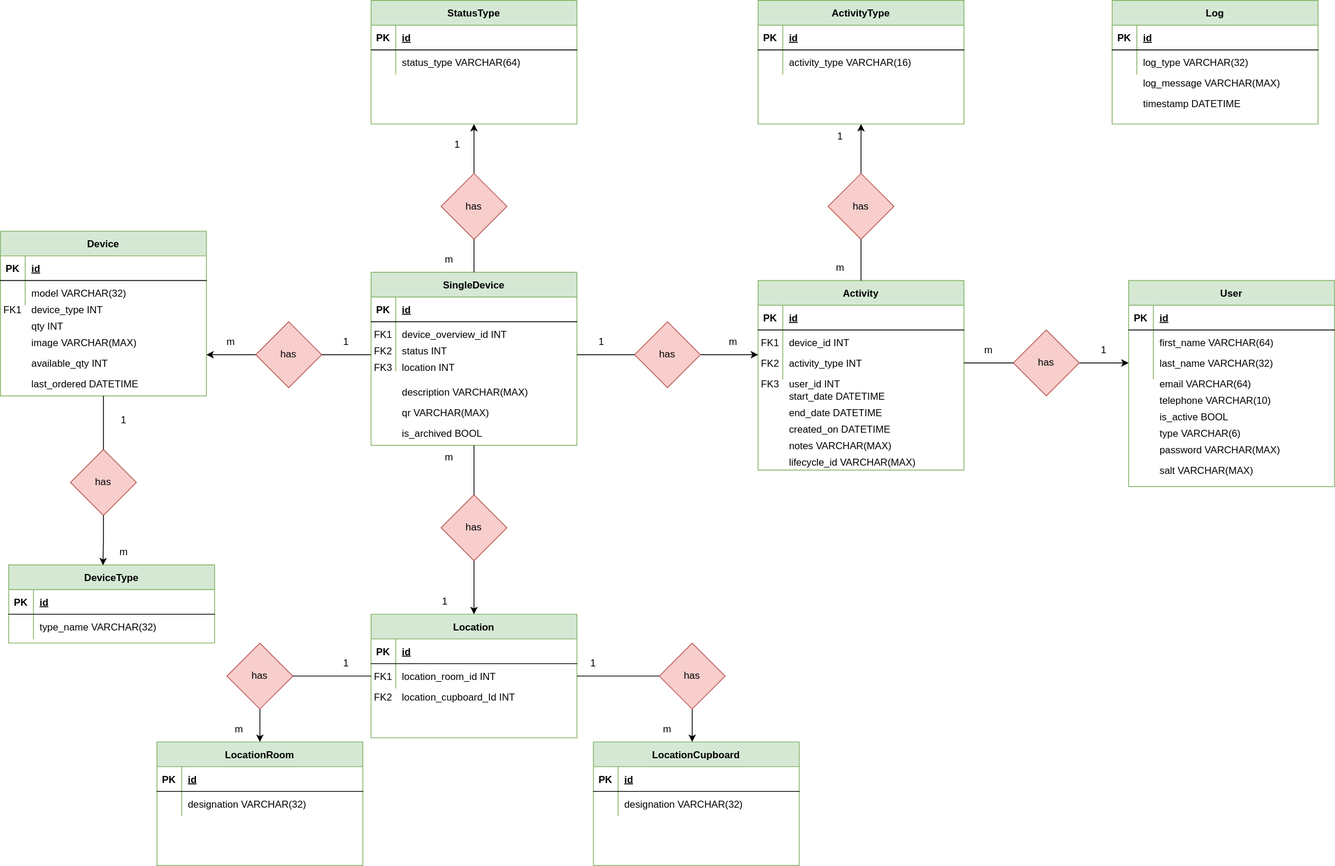
This is Lagerstyringsprojekt/lagerstyring_db_erd.drawio.svg from rgammelby/H3, a draw.io export, as it was before one commit. Source tidied: cells renumbered, new cells last; positions are measured from the earlier drawing's top-left corner, leaving out a move shared by most shapes.
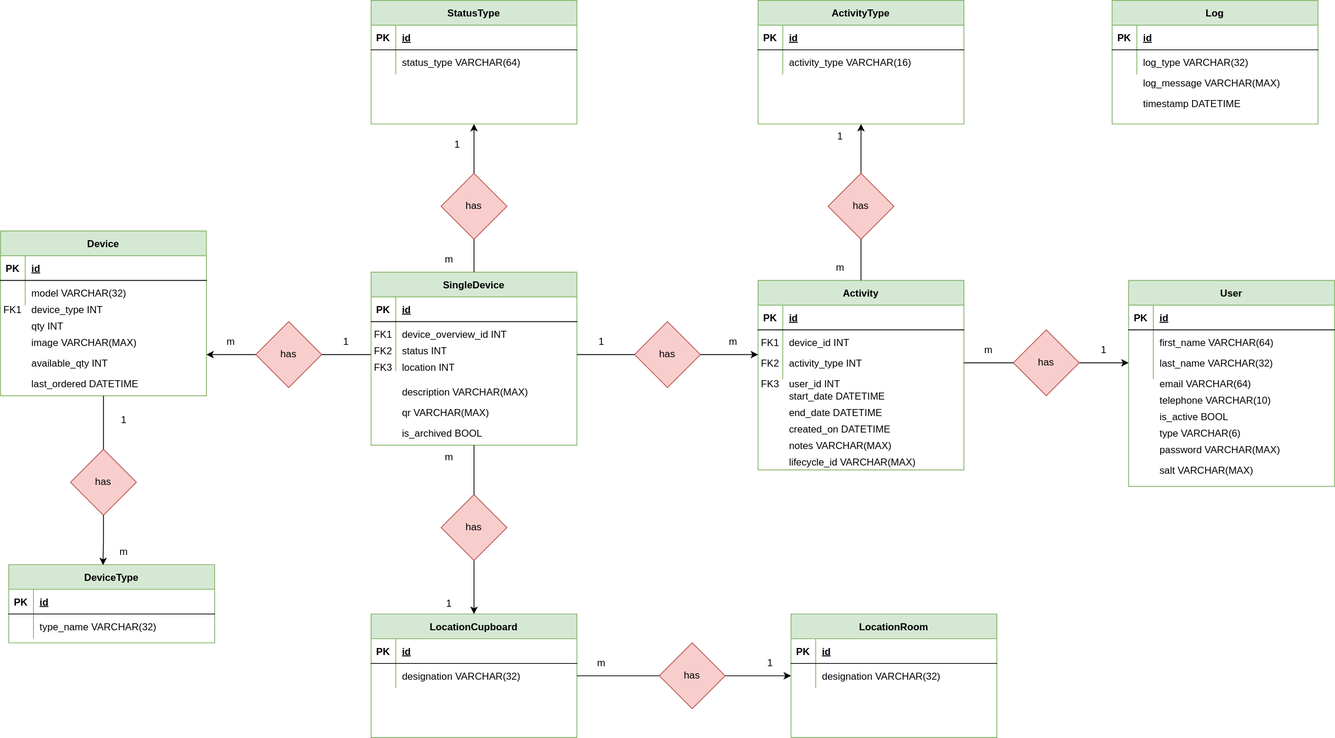
The same file after the commit.

Change to the diagram source:
```diff
@@ -227,29 +227,8 @@
     <mxCell id="76" value="type VARCHAR(6)" style="shape=partialRectangle;overflow=hidden;fillColor=none;top=0;left=0;bottom=0;right=0;align=left;spacingLeft=6;" parent="1" vertex="1">
       <mxGeometry x="1400" y="510" width="220" height="30" as="geometry" />
     </mxCell>
-    <mxCell id="77" value="Location" style="shape=table;startSize=30;rowLines=0;fontStyle=1;align=center;fillColor=#d5e8d4;strokeColor=#82b366;" parent="1" vertex="1">
-      <mxGeometry x="450" y="745" width="250" height="150" as="geometry" />
-    </mxCell>
-    <mxCell id="78" style="shape=partialRectangle;fillColor=none;top=0;left=0;right=0;bottom=1;" parent="77" vertex="1">
-      <mxGeometry y="30" width="250" height="30" as="geometry" />
-    </mxCell>
-    <mxCell id="79" value="PK" style="shape=partialRectangle;overflow=hidden;fillColor=none;top=0;left=0;bottom=0;right=0;fontStyle=1;" parent="78" vertex="1">
-      <mxGeometry width="30" height="30" as="geometry" />
-    </mxCell>
-    <mxCell id="80" value="id" style="shape=partialRectangle;overflow=hidden;fillColor=none;top=0;left=0;bottom=0;right=0;align=left;spacingLeft=6;fontStyle=5;" parent="78" vertex="1">
-      <mxGeometry x="30" width="220" height="30" as="geometry" />
-    </mxCell>
-    <mxCell id="81" style="shape=partialRectangle;fillColor=none;top=0;left=0;right=0;bottom=0;" parent="77" vertex="1">
-      <mxGeometry y="60" width="250" height="30" as="geometry" />
-    </mxCell>
-    <mxCell id="82" style="shape=partialRectangle;overflow=hidden;fillColor=none;top=0;left=0;bottom=0;right=0;" parent="81" vertex="1">
-      <mxGeometry width="30" height="30" as="geometry" />
-    </mxCell>
-    <mxCell id="83" value="location_room_id INT" style="shape=partialRectangle;overflow=hidden;fillColor=none;top=0;left=0;bottom=0;right=0;align=left;spacingLeft=6;" parent="81" vertex="1">
-      <mxGeometry x="30" width="220" height="30" as="geometry" />
-    </mxCell>
     <mxCell id="84" value="LocationCupboard" style="shape=table;startSize=30;rowLines=0;fontStyle=1;align=center;fillColor=#d5e8d4;strokeColor=#82b366;" parent="1" vertex="1">
-      <mxGeometry x="720" y="900" width="250" height="150" as="geometry" />
+      <mxGeometry x="450" y="745" width="250" height="150" as="geometry" />
     </mxCell>
     <mxCell id="85" style="shape=partialRectangle;fillColor=none;top=0;left=0;right=0;bottom=1;" parent="84" vertex="1">
       <mxGeometry y="30" width="250" height="30" as="geometry" />
@@ -327,17 +306,6 @@
     <mxCell id="106" value="has" style="rhombus;whiteSpace=wrap;html=1;fillColor=#f8cecc;strokeColor=#b85450;" parent="1" vertex="1">
       <mxGeometry x="310" y="390" width="80" height="80" as="geometry" />
     </mxCell>
-    <mxCell id="107" style="edgeStyle=orthogonalEdgeStyle;rounded=0;jettySize=auto;html=1;" parent="1" edge="1" source="108" target="84">
-      <mxGeometry relative="1" as="geometry">
-        <Array as="points">
-          <mxPoint x="840" y="880" />
-          <mxPoint x="840" y="880" />
-        </Array>
-      </mxGeometry>
-    </mxCell>
-    <mxCell id="108" value="has" style="rhombus;whiteSpace=wrap;html=1;fillColor=#f8cecc;strokeColor=#b85450;" parent="1" vertex="1">
-      <mxGeometry x="800" y="780" width="80" height="80" as="geometry" />
-    </mxCell>
     <mxCell id="109" style="edgeStyle=orthogonalEdgeStyle;rounded=0;jettySize=auto;html=1;" parent="1" edge="1" source="110" target="69">
       <mxGeometry relative="1" as="geometry">
         <Array as="points">
@@ -355,8 +323,10 @@
     <mxCell id="112" value="has" style="rhombus;whiteSpace=wrap;html=1;fillColor=#f8cecc;strokeColor=#b85450;" parent="1" vertex="1">
       <mxGeometry x="535" y="210" width="80" height="80" as="geometry" />
     </mxCell>
-    <mxCell id="113" style="edgeStyle=orthogonalEdgeStyle;rounded=0;jettySize=auto;html=1;entryX=0.5;entryY=0;entryDx=0;entryDy=0;" parent="1" edge="1" source="114" target="77">
-      <mxGeometry relative="1" as="geometry" />
+    <mxCell id="113" style="edgeStyle=orthogonalEdgeStyle;rounded=0;jettySize=auto;html=1;entryX=0.5;entryY=0;entryDx=0;entryDy=0;" parent="1" edge="1" source="114">
+      <mxGeometry relative="1" as="geometry">
+        <mxPoint x="575" y="745" as="targetPoint" />
+      </mxGeometry>
     </mxCell>
     <mxCell id="114" value="has" style="rhombus;whiteSpace=wrap;html=1;fillColor=#f8cecc;strokeColor=#b85450;" parent="1" vertex="1">
       <mxGeometry x="535" y="600" width="80" height="80" as="geometry" />
@@ -407,22 +377,16 @@
       <mxGeometry x="1310" y="410" width="60" height="30" as="geometry" />
     </mxCell>
     <mxCell id="128" value="m" style="text;html=1;align=center;verticalAlign=middle;whiteSpace=wrap;rounded=0;" parent="1" vertex="1">
-      <mxGeometry x="260" y="870" width="60" height="30" as="geometry" />
+      <mxGeometry x="700" y="790" width="60" height="30" as="geometry" />
     </mxCell>
-    <mxCell id="129" value="1" style="text;html=1;align=center;verticalAlign=middle;whiteSpace=wrap;rounded=0;" parent="1" vertex="1">
-      <mxGeometry x="510" y="715" width="60" height="30" as="geometry" />
-    </mxCell>
     <mxCell id="130" value="m" style="text;html=1;align=center;verticalAlign=middle;whiteSpace=wrap;rounded=0;" parent="1" vertex="1">
       <mxGeometry x="515" y="540" width="60" height="30" as="geometry" />
     </mxCell>
-    <mxCell id="131" value="1" style="text;html=1;align=center;verticalAlign=middle;whiteSpace=wrap;rounded=0;" parent="1" vertex="1">
-      <mxGeometry x="390" y="790" width="60" height="30" as="geometry" />
-    </mxCell>
     <mxCell id="132" style="endArrow=none;html=1;rounded=0;exitX=0.5;exitY=0;exitDx=0;exitDy=0;" parent="1" edge="1" source="114" target="9">
       <mxGeometry relative="1" as="geometry" />
     </mxCell>
     <mxCell id="133" value="LocationRoom" style="shape=table;startSize=30;rowLines=0;fontStyle=1;align=center;fillColor=#d5e8d4;strokeColor=#82b366;" parent="1" vertex="1">
-      <mxGeometry x="190" y="900" width="250" height="150" as="geometry" />
+      <mxGeometry x="960" y="745" width="250" height="150" as="geometry" />
     </mxCell>
     <mxCell id="134" style="shape=partialRectangle;fillColor=none;top=0;left=0;right=0;bottom=1;" parent="133" vertex="1">
       <mxGeometry y="30" width="250" height="30" as="geometry" />
@@ -446,14 +410,8 @@
       <mxGeometry relative="1" as="geometry" />
     </mxCell>
     <mxCell id="141" value="has" style="rhombus;whiteSpace=wrap;html=1;fillColor=#f8cecc;strokeColor=#b85450;" parent="1" vertex="1">
-      <mxGeometry x="275" y="780" width="80" height="80" as="geometry" />
+      <mxGeometry x="800" y="780" width="80" height="80" as="geometry" />
     </mxCell>
-    <mxCell id="142" value="1" style="text;html=1;align=center;verticalAlign=middle;whiteSpace=wrap;rounded=0;" parent="1" vertex="1">
-      <mxGeometry x="690" y="790" width="60" height="30" as="geometry" />
-    </mxCell>
-    <mxCell id="143" value="location_cupboard_Id INT" style="shape=partialRectangle;overflow=hidden;fillColor=none;top=0;left=0;bottom=0;right=0;align=left;spacingLeft=6;" parent="1" vertex="1">
-      <mxGeometry x="480" y="830" width="220" height="30" as="geometry" />
-    </mxCell>
     <mxCell id="144" value="DeviceType" style="shape=table;startSize=30;rowLines=0;fontStyle=1;align=center;fillColor=#d5e8d4;strokeColor=#82b366;" parent="1" vertex="1">
       <mxGeometry x="10" y="685" width="250" height="95" as="geometry" />
     </mxCell>
@@ -511,26 +469,20 @@
     <mxCell id="162" value="timestamp DATETIME" style="shape=partialRectangle;overflow=hidden;fillColor=none;top=0;left=0;bottom=0;right=0;align=left;spacingLeft=6;" parent="1" vertex="1">
       <mxGeometry x="1380" y="110" width="220" height="30" as="geometry" />
     </mxCell>
-    <mxCell id="163" value="FK2" style="shape=partialRectangle;overflow=hidden;fillColor=none;top=0;left=0;bottom=0;right=0;" parent="1" vertex="1">
-      <mxGeometry x="450" y="830" width="30" height="30" as="geometry" />
-    </mxCell>
-    <mxCell id="164" value="FK1" style="shape=partialRectangle;overflow=hidden;fillColor=none;top=0;left=0;bottom=0;right=0;" parent="1" vertex="1">
-      <mxGeometry x="450" y="805" width="30" height="30" as="geometry" />
-    </mxCell>
     <mxCell id="165" value="FK1" style="shape=partialRectangle;overflow=hidden;fillColor=none;top=0;left=0;bottom=0;right=0;" parent="1" vertex="1">
       <mxGeometry y="360" width="30" height="30" as="geometry" />
     </mxCell>
-    <mxCell id="166" value="m" style="text;html=1;align=center;verticalAlign=middle;whiteSpace=wrap;rounded=0;" parent="1" vertex="1">
-      <mxGeometry x="780" y="870" width="60" height="30" as="geometry" />
-    </mxCell>
-    <mxCell id="167" style="endArrow=none;html=1;rounded=0;entryX=0;entryY=0.5;entryDx=0;entryDy=0;" parent="1" edge="1" source="77" target="108">
-      <mxGeometry relative="1" as="geometry" />
-    </mxCell>
-    <mxCell id="168" style="endArrow=none;html=1;rounded=0;entryX=1;entryY=0.5;entryDx=0;entryDy=0;" parent="1" edge="1" source="77" target="141">
-      <mxGeometry relative="1" as="geometry" />
-    </mxCell>
     <mxCell id="169" value="salt VARCHAR(MAX)" style="shape=partialRectangle;overflow=hidden;fillColor=none;top=0;left=0;bottom=0;right=0;align=left;spacingLeft=6;" parent="1" vertex="1">
       <mxGeometry x="1400" y="555" width="220" height="30" as="geometry" />
     </mxCell>
+    <mxCell id="170" value="1" style="text;html=1;align=center;verticalAlign=middle;whiteSpace=wrap;rounded=0;" parent="1" vertex="1">
+      <mxGeometry x="905" y="790" width="60" height="30" as="geometry" />
+    </mxCell>
+    <mxCell id="171" value="1" style="text;html=1;align=center;verticalAlign=middle;whiteSpace=wrap;rounded=0;" parent="1" vertex="1">
+      <mxGeometry x="515" y="717.5" width="60" height="30" as="geometry" />
+    </mxCell>
+    <mxCell id="172" style="endArrow=none;html=1;rounded=0;exitX=0;exitY=0.5;exitDx=0;exitDy=0;" parent="1" edge="1" source="141" target="88">
+      <mxGeometry relative="1" as="geometry" />
+    </mxCell>
   </root>
 </mxGraphModel>
```
